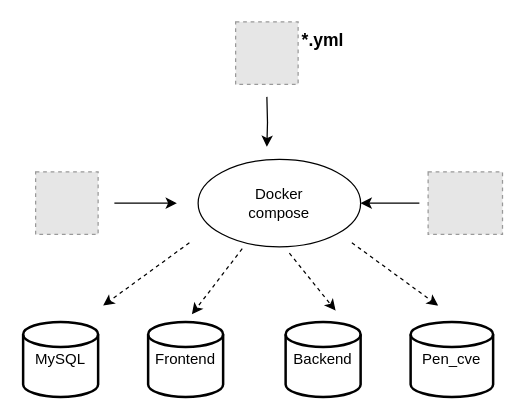
The draw.io diagram 系统架构搭建.drawio in Niujieheng/GitHub_Jul, before the edit. Source tidied: cells renumbered, new cells numbered last; positions are measured from the earlier drawing's top-left corner, leaving out a move shared by most shapes. Both pictures are drawn from the tidied source at 125%, with x=0, y=0 at pixel (22, 21). Pictures stored in the file or linked from it are replaced by grey dashed boxes.
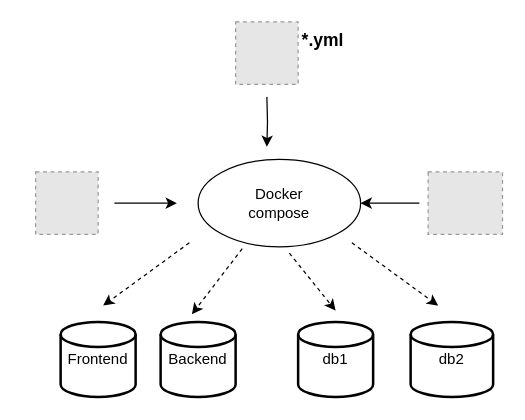
After the change.

Commit message:
更新系统架构搭建.drawio

Diff of the diagram source:
```diff
@@
-    <mxCell id="13" value="MySQL" style="strokeWidth=2;html=1;shape=mxgraph.flowchart.database;whiteSpace=wrap;" parent="1" vertex="1">
-      <mxGeometry y="240" width="60" height="60" as="geometry" />
+    <mxCell id="13" value="db1" style="strokeWidth=2;html=1;shape=mxgraph.flowchart.database;whiteSpace=wrap;" parent="1" vertex="1">
+      <mxGeometry x="220" y="240" width="60" height="60" as="geometry" />
     </mxCell>
     <mxCell id="14" value="&lt;code&gt;&lt;font face=&quot;Helvetica&quot;&gt;Frontend&lt;/font&gt;&lt;/code&gt;" style="strokeWidth=2;html=1;shape=mxgraph.flowchart.database;whiteSpace=wrap;" parent="1" vertex="1">
-      <mxGeometry x="100" y="240" width="60" height="60" as="geometry" />
+      <mxGeometry x="30" y="240" width="60" height="60" as="geometry" />
     </mxCell>
     <mxCell id="15" value="&lt;code&gt;&lt;font face=&quot;Helvetica&quot;&gt;Backend&lt;/font&gt;&lt;/code&gt;" style="strokeWidth=2;html=1;shape=mxgraph.flowchart.database;whiteSpace=wrap;" parent="1" vertex="1">
-      <mxGeometry x="210" y="240" width="60" height="60" as="geometry" />
+      <mxGeometry x="110" y="240" width="60" height="60" as="geometry" />
     </mxCell>
-    <mxCell id="16" value="&lt;code&gt;&lt;font face=&quot;Helvetica&quot;&gt;Pen_cve&lt;/font&gt;&lt;/code&gt;" style="strokeWidth=2;html=1;shape=mxgraph.flowchart.database;whiteSpace=wrap;" parent="1" vertex="1">
+    <mxCell id="16" value="&lt;code&gt;&lt;font face=&quot;Helvetica&quot;&gt;db2&lt;/font&gt;&lt;/code&gt;" style="strokeWidth=2;html=1;shape=mxgraph.flowchart.database;whiteSpace=wrap;" parent="1" vertex="1">
       <mxGeometry x="310" y="240" width="66" height="60" as="geometry" />
     </mxCell>
```
